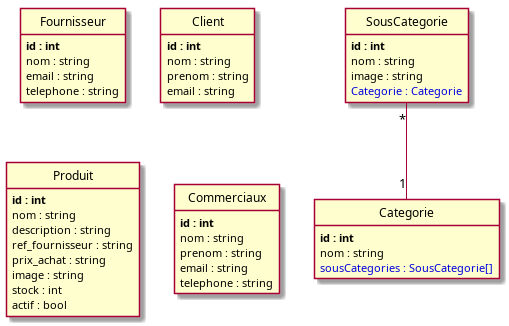
This is puml/index.png from Alice2568/VillageGreen, a PlantUML export, as it was before one commit. Its source is kept beside it as puml/index.puml.
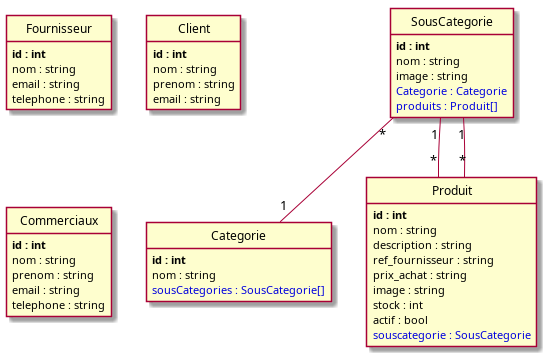
Above is the later version.

Change to the diagram source:
```diff
@@ -4,6 +4,20 @@
 	nom : string
 	email : string
 	telephone : string
+}
+
+class SousCategorie {
+	**id : int**
+	nom : string
+	image : string
+	<color:#0000dd>Categorie : Categorie</color>
+	<color:#0000dd>produits : Produit[]</color>
+}
+
+class Categorie {
+	**id : int**
+	nom : string
+	<color:#0000dd>sousCategories : SousCategorie[]</color>
 }
 
 class Client {
@@ -22,13 +36,7 @@
 	image : string
 	stock : int
 	actif : bool
-}
-
-class SousCategorie {
-	**id : int**
-	nom : string
-	image : string
-	<color:#0000dd>Categorie : Categorie</color>
+	<color:#0000dd>souscategorie : SousCategorie</color>
 }
 
 class Commerciaux {
@@ -39,13 +47,9 @@
 	telephone : string
 }
 
-class Categorie {
-	**id : int**
-	nom : string
-	<color:#0000dd>sousCategories : SousCategorie[]</color>
-}
-
 SousCategorie "*"--"1" Categorie
+SousCategorie "1"--"*" Produit
+Produit "*"--"1" SousCategorie
 
 
 hide methods
```
